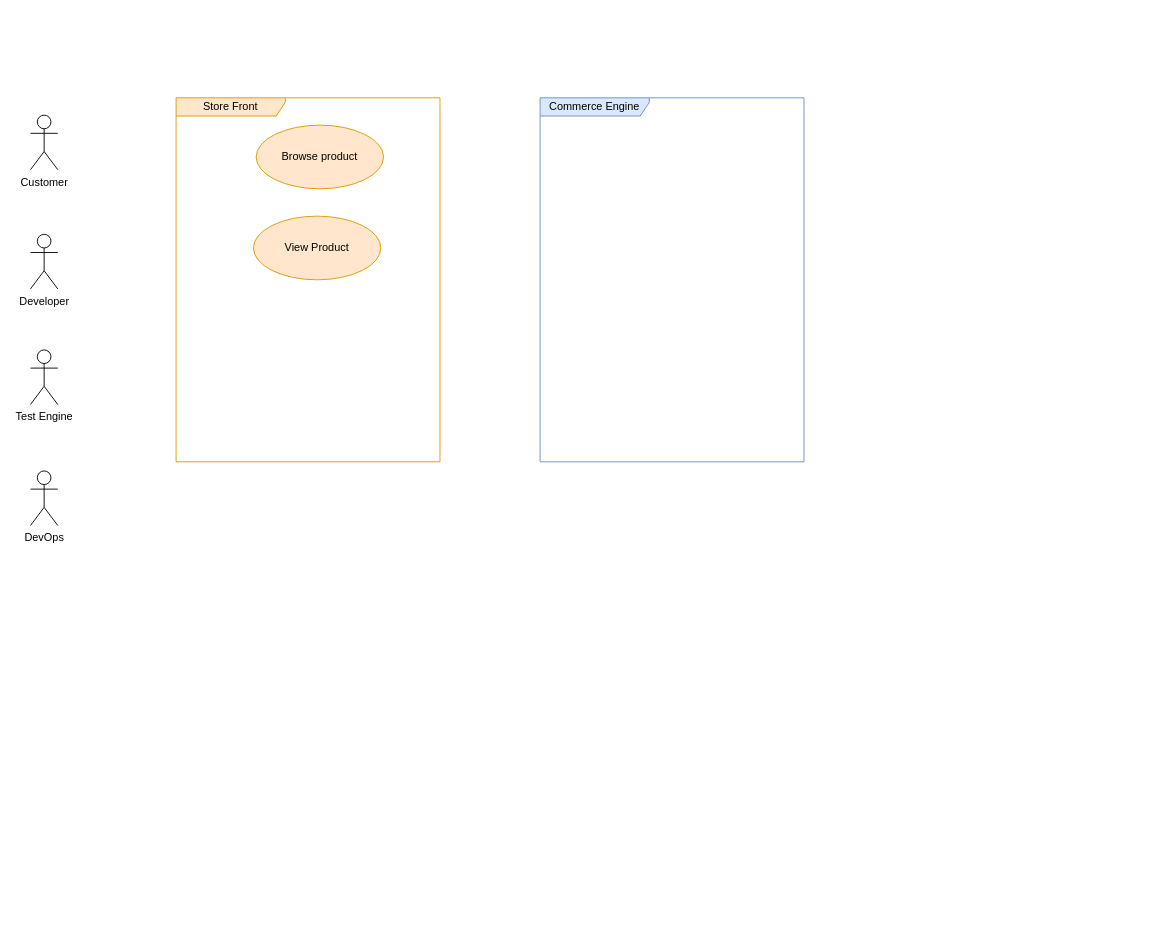
The draw.io diagram LENSComm.drawio in lmnaslimited/iyakkam, before the edit. Source tidied: cells renumbered, new cells numbered last; positions are measured from the earlier drawing's top-left corner, leaving out a move shared by most shapes. Both pictures are drawn from the tidied source at 91%, with x=0, y=0 at pixel (30, 97).
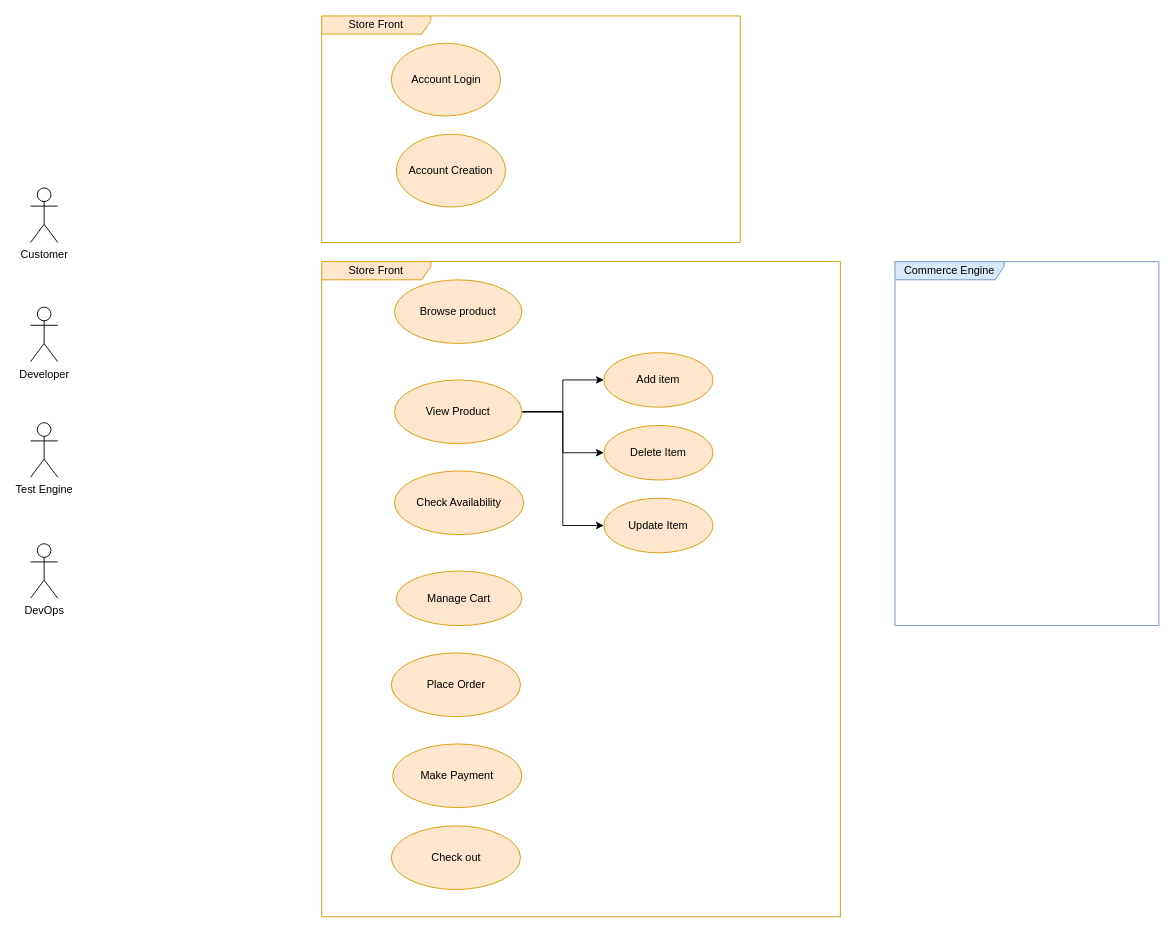
Above is the later version.

What changed in the source:
```diff
@@
     <mxCell id="2" value="Store Front" style="shape=umlFrame;whiteSpace=wrap;html=1;width=120;height=20;fillColor=#ffe6cc;strokeColor=#d79b00;" parent="1" vertex="1">
-      <mxGeometry x="160" width="290" height="400" as="geometry" />
+      <mxGeometry x="320" y="180" width="570" height="720" as="geometry" />
     </mxCell>
     <mxCell id="3" value="Commerce Engine" style="shape=umlFrame;whiteSpace=wrap;html=1;width=120;height=20;fillColor=#dae8fc;strokeColor=#6c8ebf;" parent="1" vertex="1">
-      <mxGeometry x="560" width="290" height="400" as="geometry" />
+      <mxGeometry x="950" y="180" width="290" height="400" as="geometry" />
     </mxCell>
     <mxCell id="4" value="Customer" style="shape=umlActor;verticalLabelPosition=bottom;verticalAlign=top;html=1;" parent="1" vertex="1">
-      <mxGeometry y="19" width="30" height="60" as="geometry" />
+      <mxGeometry y="99" width="30" height="60" as="geometry" />
     </mxCell>
     <mxCell id="5" value="Developer" style="shape=umlActor;verticalLabelPosition=bottom;verticalAlign=top;html=1;" parent="1" vertex="1">
-      <mxGeometry y="150" width="30" height="60" as="geometry" />
+      <mxGeometry y="230" width="30" height="60" as="geometry" />
     </mxCell>
     <mxCell id="6" value="Test Engine" style="shape=umlActor;verticalLabelPosition=bottom;verticalAlign=top;html=1;" parent="1" vertex="1">
-      <mxGeometry y="277" width="30" height="60" as="geometry" />
+      <mxGeometry y="357" width="30" height="60" as="geometry" />
     </mxCell>
     <mxCell id="7" value="DevOps" style="shape=umlActor;verticalLabelPosition=bottom;verticalAlign=top;html=1;" parent="1" vertex="1">
-      <mxGeometry y="410" width="30" height="60" as="geometry" />
+      <mxGeometry y="490" width="30" height="60" as="geometry" />
     </mxCell>
     <mxCell id="8" value="Browse product" style="ellipse;whiteSpace=wrap;html=1;fillColor=#ffe6cc;strokeColor=#d79b00;" parent="1" vertex="1">
-      <mxGeometry x="248" y="30" width="140" height="70" as="geometry" />
+      <mxGeometry x="400" y="200" width="140" height="70" as="geometry" />
     </mxCell>
+    <mxCell id="10" style="edgeStyle=orthogonalEdgeStyle;rounded=0;jettySize=auto;html=1;" parent="1" edge="1" source="9" target="15">
+      <mxGeometry relative="1" as="geometry" />
+    </mxCell>
+    <mxCell id="11" style="edgeStyle=orthogonalEdgeStyle;rounded=0;jettySize=auto;html=1;" parent="1" edge="1" source="9" target="16">
+      <mxGeometry relative="1" as="geometry" />
+    </mxCell>
+    <mxCell id="12" style="edgeStyle=orthogonalEdgeStyle;rounded=0;jettySize=auto;html=1;entryX=0;entryY=0.5;entryDx=0;entryDy=0;" parent="1" edge="1" source="9" target="17">
+      <mxGeometry relative="1" as="geometry" />
+    </mxCell>
     <mxCell id="9" value="View Product" style="ellipse;whiteSpace=wrap;html=1;fillColor=#ffe6cc;strokeColor=#d79b00;" parent="1" vertex="1">
-      <mxGeometry x="245" y="130" width="140" height="70" as="geometry" />
+      <mxGeometry x="400" y="310" width="140" height="70" as="geometry" />
     </mxCell>
+    <mxCell id="13" value="Check Availability" style="ellipse;whiteSpace=wrap;html=1;fillColor=#ffe6cc;strokeColor=#d79b00;" parent="1" vertex="1">
+      <mxGeometry x="400" y="410" width="142" height="70" as="geometry" />
+    </mxCell>
+    <mxCell id="14" value="Manage Cart" style="ellipse;whiteSpace=wrap;html=1;fillColor=#ffe6cc;strokeColor=#d79b00;" parent="1" vertex="1">
+      <mxGeometry x="402" y="520" width="138" height="60" as="geometry" />
+    </mxCell>
+    <mxCell id="15" value="Add item" style="ellipse;whiteSpace=wrap;html=1;fillColor=#ffe6cc;strokeColor=#d79b00;" parent="1" vertex="1">
+      <mxGeometry x="630" y="280" width="120" height="60" as="geometry" />
+    </mxCell>
+    <mxCell id="16" value="Delete Item" style="ellipse;whiteSpace=wrap;html=1;fillColor=#ffe6cc;strokeColor=#d79b00;" parent="1" vertex="1">
+      <mxGeometry x="630" y="360" width="120" height="60" as="geometry" />
+    </mxCell>
+    <mxCell id="17" value="Update Item" style="ellipse;whiteSpace=wrap;html=1;fillColor=#ffe6cc;strokeColor=#d79b00;" parent="1" vertex="1">
+      <mxGeometry x="630" y="440" width="120" height="60" as="geometry" />
+    </mxCell>
+    <mxCell id="18" value="Place Order" style="ellipse;whiteSpace=wrap;html=1;fillColor=#ffe6cc;strokeColor=#d79b00;" parent="1" vertex="1">
+      <mxGeometry x="396.5" y="610" width="142" height="70" as="geometry" />
+    </mxCell>
+    <mxCell id="19" value="Make Payment" style="ellipse;whiteSpace=wrap;html=1;fillColor=#ffe6cc;strokeColor=#d79b00;" parent="1" vertex="1">
+      <mxGeometry x="398" y="710" width="142" height="70" as="geometry" />
+    </mxCell>
+    <mxCell id="20" value="Check out" style="ellipse;whiteSpace=wrap;html=1;fillColor=#ffe6cc;strokeColor=#d79b00;" parent="1" vertex="1">
+      <mxGeometry x="396.5" y="800" width="142" height="70" as="geometry" />
+    </mxCell>
+    <mxCell id="21" value="Store Front" style="shape=umlFrame;whiteSpace=wrap;html=1;width=120;height=20;fillColor=#ffe6cc;strokeColor=#d79b00;" parent="1" vertex="1">
+      <mxGeometry x="320" y="-90" width="460" height="249" as="geometry" />
+    </mxCell>
+    <mxCell id="22" value="Account Login" style="ellipse;whiteSpace=wrap;html=1;fillColor=#ffe6cc;strokeColor=#d79b00;" parent="1" vertex="1">
+      <mxGeometry x="396.5" y="-60" width="120" height="80" as="geometry" />
+    </mxCell>
+    <mxCell id="23" value="Account Creation" style="ellipse;whiteSpace=wrap;html=1;fillColor=#ffe6cc;strokeColor=#d79b00;" parent="1" vertex="1">
+      <mxGeometry x="402" y="40" width="120" height="80" as="geometry" />
+    </mxCell>
```
